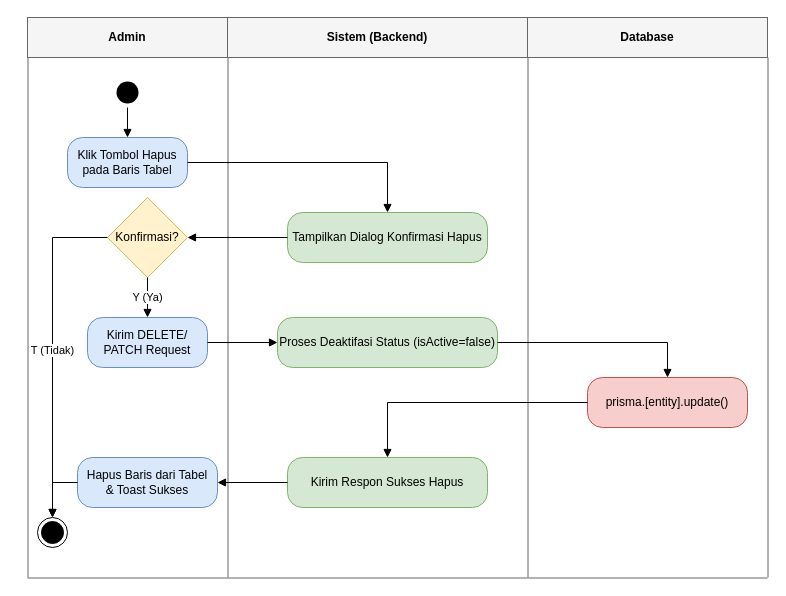
Before: fordza-docs/diagrams/activity-02d-delete-master.drawio in Aryo1235/fordza-web, a draw.io diagram. Source tidied: cells renumbered, new cells numbered last; positions are measured from the earlier drawing's top-left corner, leaving out a move shared by most shapes. Both pictures are drawn from the tidied source at 100%, with x=0, y=0 at pixel (27, 17).
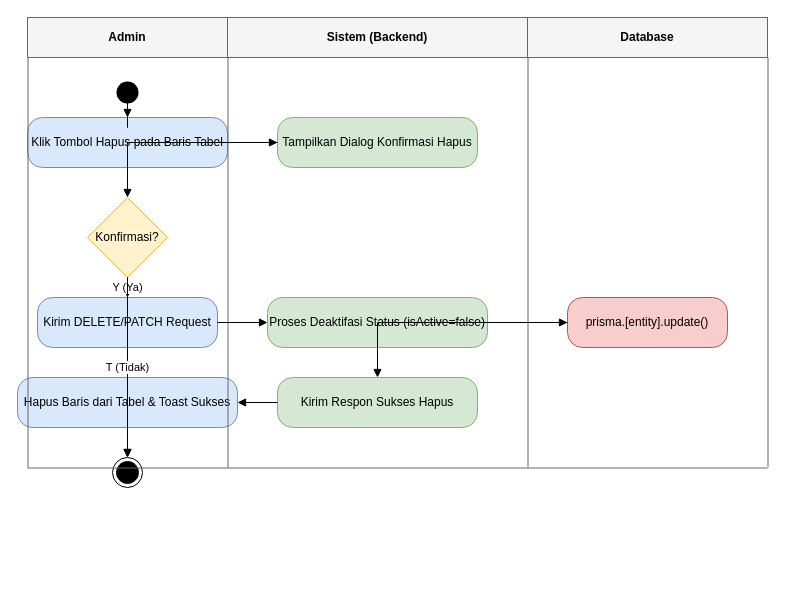
The same page after the edit.

What changed in the source:
```diff
@@
-    <mxCell id="6" value="Klik Tombol Hapus &lt;br&gt;pada Baris Tabel" style="rounded=1;whiteSpace=wrap;html=1;arcSize=30;fillColor=#dae8fc;strokeColor=#6c8ebf;" parent="1" vertex="1">
-      <mxGeometry x="40" y="120" width="120" height="50" as="geometry" />
+    <mxCell id="6" value="Klik Tombol Hapus pada Baris Tabel" style="rounded=1;whiteSpace=wrap;html=1;arcSize=30;fillColor=#dae8fc;strokeColor=#6c8ebf;" parent="1" vertex="1">
+      <mxGeometry y="100" width="200" height="50" as="geometry" />
     </mxCell>
     <mxCell id="7" value="Tampilkan Dialog Konfirmasi Hapus" style="rounded=1;whiteSpace=wrap;html=1;arcSize=30;fillColor=#d5e8d4;strokeColor=#82b366;" parent="1" vertex="1">
-      <mxGeometry x="260" y="195" width="200" height="50" as="geometry" />
+      <mxGeometry x="250" y="100" width="200" height="50" as="geometry" />
     </mxCell>
     <mxCell id="8" value="Konfirmasi?" style="rhombus;whiteSpace=wrap;html=1;fillColor=#fff2cc;strokeColor=#d6b656;" parent="1" vertex="1">
-      <mxGeometry x="80" y="180" width="80" height="80" as="geometry" />
+      <mxGeometry x="60" y="180" width="80" height="80" as="geometry" />
     </mxCell>
-    <mxCell id="9" value="Kirim DELETE/&lt;br&gt;PATCH Request" style="rounded=1;whiteSpace=wrap;html=1;arcSize=30;fillColor=#dae8fc;strokeColor=#6c8ebf;" parent="1" vertex="1">
-      <mxGeometry x="60" y="300" width="120" height="50" as="geometry" />
+    <mxCell id="9" value="Kirim DELETE/PATCH Request" style="rounded=1;whiteSpace=wrap;html=1;arcSize=30;fillColor=#dae8fc;strokeColor=#6c8ebf;" parent="1" vertex="1">
+      <mxGeometry x="10" y="280" width="180" height="50" as="geometry" />
     </mxCell>
     <mxCell id="10" value="Proses Deaktifasi Status (isActive=false)" style="rounded=1;whiteSpace=wrap;html=1;arcSize=30;fillColor=#d5e8d4;strokeColor=#82b366;" parent="1" vertex="1">
-      <mxGeometry x="250" y="300" width="220" height="50" as="geometry" />
+      <mxGeometry x="240" y="280" width="220" height="50" as="geometry" />
     </mxCell>
     <mxCell id="11" value="prisma.[entity].update()" style="rounded=1;whiteSpace=wrap;html=1;arcSize=30;fillColor=#f8cecc;strokeColor=#b85450;" parent="1" vertex="1">
-      <mxGeometry x="560" y="360" width="160" height="50" as="geometry" />
+      <mxGeometry x="540" y="280" width="160" height="50" as="geometry" />
     </mxCell>
     <mxCell id="12" value="Kirim Respon Sukses Hapus" style="rounded=1;whiteSpace=wrap;html=1;arcSize=30;fillColor=#d5e8d4;strokeColor=#82b366;" parent="1" vertex="1">
-      <mxGeometry x="260" y="440" width="200" height="50" as="geometry" />
+      <mxGeometry x="250" y="360" width="200" height="50" as="geometry" />
     </mxCell>
-    <mxCell id="13" value="Hapus Baris dari Tabel &lt;br&gt;&amp;amp; Toast Sukses" style="rounded=1;whiteSpace=wrap;html=1;arcSize=30;fillColor=#dae8fc;strokeColor=#6c8ebf;" parent="1" vertex="1">
-      <mxGeometry x="50" y="440" width="140" height="50" as="geometry" />
+    <mxCell id="13" value="Hapus Baris dari Tabel &amp; Toast Sukses" style="rounded=1;whiteSpace=wrap;html=1;arcSize=30;fillColor=#dae8fc;strokeColor=#6c8ebf;" parent="1" vertex="1">
+      <mxGeometry x="-10" y="360" width="220" height="50" as="geometry" />
     </mxCell>
     <mxCell id="14" style="ellipse;html=1;shape=endState;fillColor=#000000;strokeColor=#000000;" parent="1" vertex="1">
-      <mxGeometry x="10" y="500" width="30" height="30" as="geometry" />
+      <mxGeometry x="85" y="440" width="30" height="30" as="geometry" />
     </mxCell>
     <mxCell id="15" style="line;strokeWidth=1;fillColor=none;align=left;dashed=0;strokeColor=#666666;direction=south;" parent="1" vertex="1">
-      <mxGeometry y="40" width="1" height="520" as="geometry" />
+      <mxGeometry y="40" width="1" height="410" as="geometry" />
     </mxCell>
     <mxCell id="16" style="line;strokeWidth=1;fillColor=none;align=left;dashed=0;strokeColor=#666666;direction=south;" parent="1" vertex="1">
-      <mxGeometry x="200" y="40" width="1" height="520" as="geometry" />
+      <mxGeometry x="200" y="40" width="1" height="410" as="geometry" />
     </mxCell>
     <mxCell id="17" style="line;strokeWidth=1;fillColor=none;align=left;dashed=0;strokeColor=#666666;direction=south;" parent="1" vertex="1">
-      <mxGeometry x="500" y="40" width="1" height="520" as="geometry" />
+      <mxGeometry x="500" y="40" width="1" height="410" as="geometry" />
     </mxCell>
     <mxCell id="18" style="line;strokeWidth=1;fillColor=none;align=left;dashed=0;strokeColor=#666666;direction=south;" parent="1" vertex="1">
-      <mxGeometry x="740" y="40" width="1" height="520" as="geometry" />
+      <mxGeometry x="740" y="40" width="1" height="410" as="geometry" />
     </mxCell>
     <mxCell id="19" style="line;strokeWidth=1;fillColor=none;align=left;dashed=0;strokeColor=#666666;direction=east;" parent="1" vertex="1">
-      <mxGeometry y="560" width="740" height="1" as="geometry" />
+      <mxGeometry y="450" width="740" height="1" as="geometry" />
     </mxCell>
@@
     <mxCell id="24" value="T (Tidak)" style="edgeStyle=orthogonalEdgeStyle;rounded=0;jettySize=auto;html=1;endArrow=block;exitX=1;entryX=0.5;" parent="1" edge="1" source="8" target="14">
-      <mxGeometry relative="1" as="geometry" />
+      <mxGeometry relative="1" as="geometry">
+        <Array as="points">
+          <mxPoint x="140" y="220" />
+          <mxPoint x="100" y="220" />
+        </Array>
+      </mxGeometry>
     </mxCell>
```
